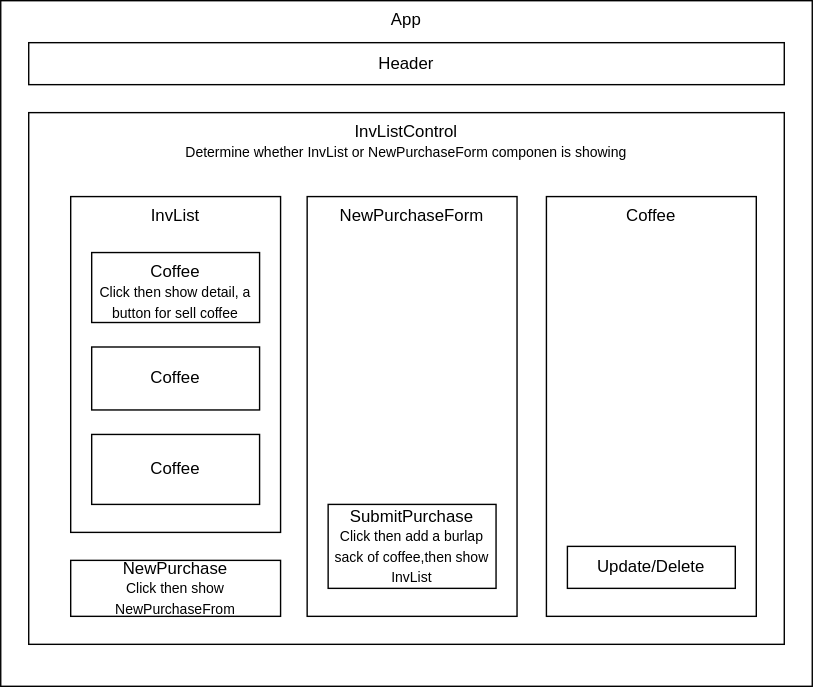
zbl14/coffee-shop-inv-tracker keeps this draw.io diagram as src/img/componentDiagram.drawio.svg. Above is the earlier version. Source tidied: cells renumbered, new cells last; positions are measured from the earlier drawing's top-left corner, leaving out a move shared by most shapes.
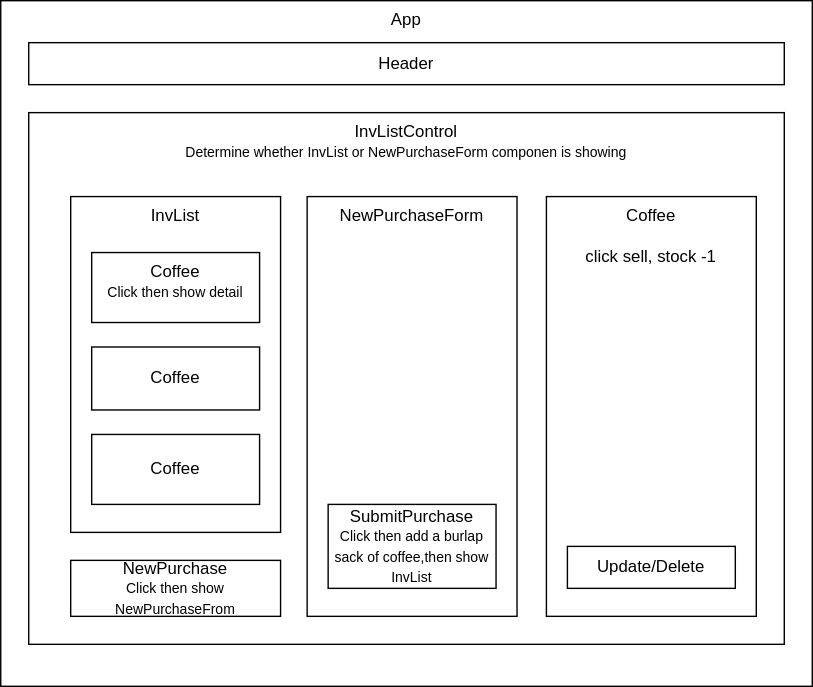
The same diagram one commit later.

What changed in the source:
```diff
@@ -17,7 +17,7 @@
     <mxCell id="6" value="NewPurchaseForm" style="rounded=0;whiteSpace=wrap;html=1;verticalAlign=top;" parent="1" vertex="1">
       <mxGeometry x="219" y="140" width="150" height="300" as="geometry" />
     </mxCell>
-    <mxCell id="7" value="Coffee&lt;br&gt;&lt;font style=&quot;font-size: 10px&quot;&gt;Click then show detail, a button for sell coffee&lt;/font&gt;" style="rounded=0;whiteSpace=wrap;html=1;verticalAlign=top;" parent="1" vertex="1">
+    <mxCell id="7" value="Coffee&lt;br&gt;&lt;font style=&quot;font-size: 10px&quot;&gt;Click then show detail&lt;/font&gt;" style="rounded=0;whiteSpace=wrap;html=1;verticalAlign=top;" parent="1" vertex="1">
       <mxGeometry x="65" y="180" width="120" height="50" as="geometry" />
     </mxCell>
     <mxCell id="8" value="NewPurchase&lt;br&gt;&lt;font style=&quot;font-size: 10px&quot;&gt;Click then show NewPurchaseFrom&lt;/font&gt;" style="rounded=0;whiteSpace=wrap;html=1;" parent="1" vertex="1">
@@ -32,7 +32,7 @@
     <mxCell id="11" value="Coffee" style="rounded=0;whiteSpace=wrap;html=1;" parent="1" vertex="1">
       <mxGeometry x="65" y="310" width="120" height="50" as="geometry" />
     </mxCell>
-    <mxCell id="12" value="Coffee" style="rounded=0;whiteSpace=wrap;html=1;verticalAlign=top;" parent="1" vertex="1">
+    <mxCell id="12" value="Coffee&lt;br&gt;&lt;br&gt;click sell, stock -1" style="rounded=0;whiteSpace=wrap;html=1;verticalAlign=top;" parent="1" vertex="1">
       <mxGeometry x="390" y="140" width="150" height="300" as="geometry" />
     </mxCell>
     <mxCell id="13" value="Update/Delete" style="rounded=0;whiteSpace=wrap;html=1;" parent="1" vertex="1">
```
